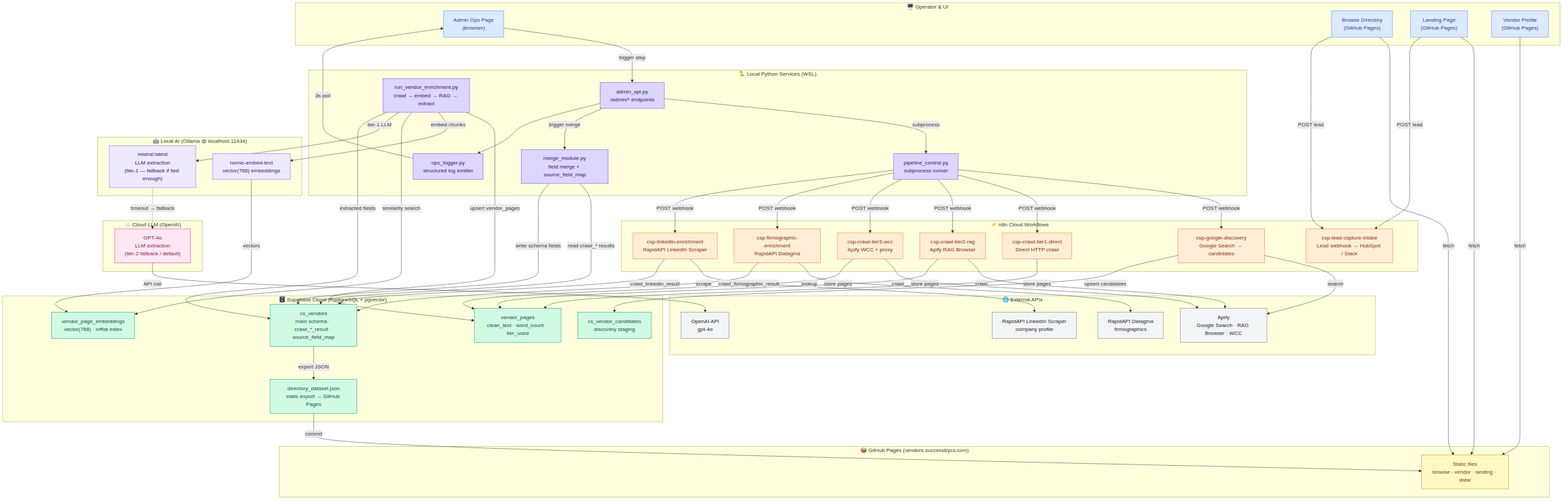
This is docs/architecture/system_architecture.png from successbycs/CSP-Directory, a Mermaid export, as it was before one commit. Its source is kept beside it as docs/architecture/system_architecture.mmd.
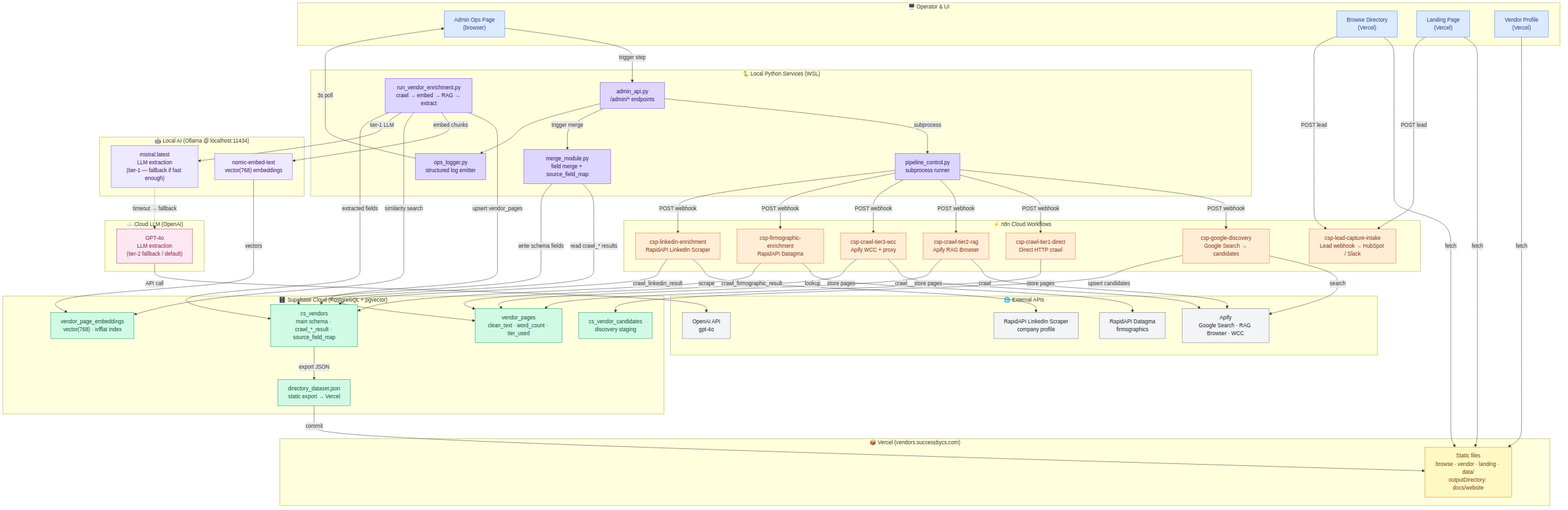
The same file after the commit.

Commit message:
Fix architecture diagram: Vercel not GitHub Pages

Change to the diagram source:
```diff
@@ -3,9 +3,9 @@
   subgraph UI["🖥️  Operator & UI"]
     direction LR
     OPS["Admin Ops Page\n(browser)"]
-    BROWSE["Browse Directory\n(GitHub Pages)"]
-    LANDING["Landing Page\n(GitHub Pages)"]
-    VENDOR["Vendor Profile\n(GitHub Pages)"]
+    BROWSE["Browse Directory\n(Vercel)"]
+    LANDING["Landing Page\n(Vercel)"]
+    VENDOR["Vendor Profile\n(Vercel)"]
   end
 
   subgraph LOCAL["🐍  Local Python Services  (WSL)"]
@@ -52,11 +52,11 @@
     VENDORS["cs_vendors\nmain schema · crawl_*_result · source_field_map"]
     PAGES["vendor_pages\nclean_text · word_count · tier_used"]
     EMBEDDINGS["vendor_page_embeddings\nvector(768) · ivfflat index"]
-    DATASET["directory_dataset.json\nstatic export → GitHub Pages"]
+    DATASET["directory_dataset.json\nstatic export → Vercel"]
   end
 
-  subgraph GHP["📦  GitHub Pages  (vendors.successbycs.com)"]
-    STATIC["Static files\nbrowse · vendor · landing · data/"]
+  subgraph GHP["📦  Vercel  (vendors.successbycs.com)"]
+    STATIC["Static files\nbrowse · vendor · landing · data/\noutputDirectory: docs/website"]
   end
 
 
```
